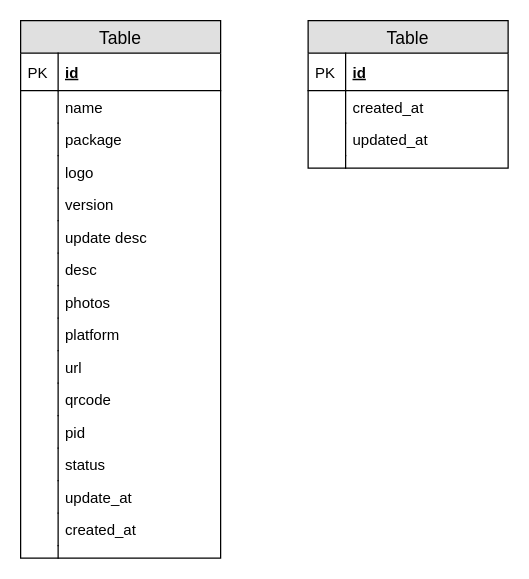
wurh/myDesignDoc keeps this draw.io diagram as 出行项目/werideapp_sql.drawio. Above is the earlier version. Source tidied: cells renumbered, new cells numbered last; positions are measured from the earlier drawing's top-left corner, leaving out a move shared by most shapes. Both pictures are drawn from the tidied source at 125%, with x=0, y=0 at pixel (20, 20).
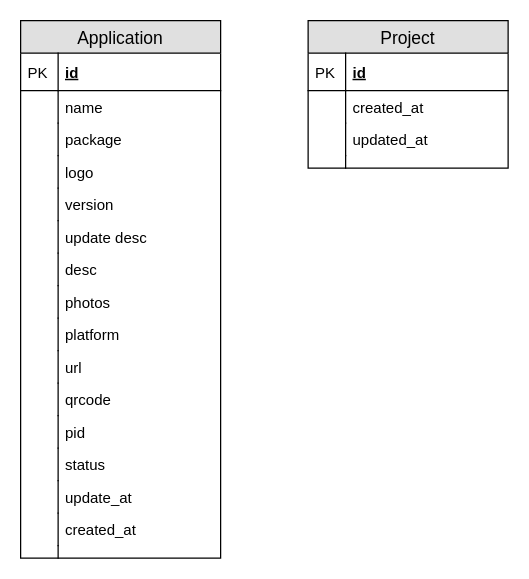
Above is the later version.

Diff of the diagram source:
```diff
@@
-    <mxCell id="2" value="Table" style="swimlane;fontStyle=0;horizontal=1;startSize=26;fillColor=#e0e0e0;swimlaneFillColor=#ffffff;align=center;fontSize=14;" parent="1" vertex="1">
+    <mxCell id="2" value="Application" style="swimlane;fontStyle=0;horizontal=1;startSize=26;fillColor=#e0e0e0;swimlaneFillColor=#ffffff;align=center;fontSize=14;" parent="1" vertex="1">
       <mxGeometry width="160" height="430" as="geometry" />
     </mxCell>
@@
-    <mxCell id="35" value="Table" style="swimlane;fontStyle=0;horizontal=1;startSize=26;fillColor=#e0e0e0;swimlaneFillColor=#ffffff;align=center;fontSize=14;" parent="1" vertex="1">
+    <mxCell id="35" value="Project" style="swimlane;fontStyle=0;horizontal=1;startSize=26;fillColor=#e0e0e0;swimlaneFillColor=#ffffff;align=center;fontSize=14;" parent="1" vertex="1">
       <mxGeometry x="230" width="160" height="118" as="geometry" />
     </mxCell>
```
